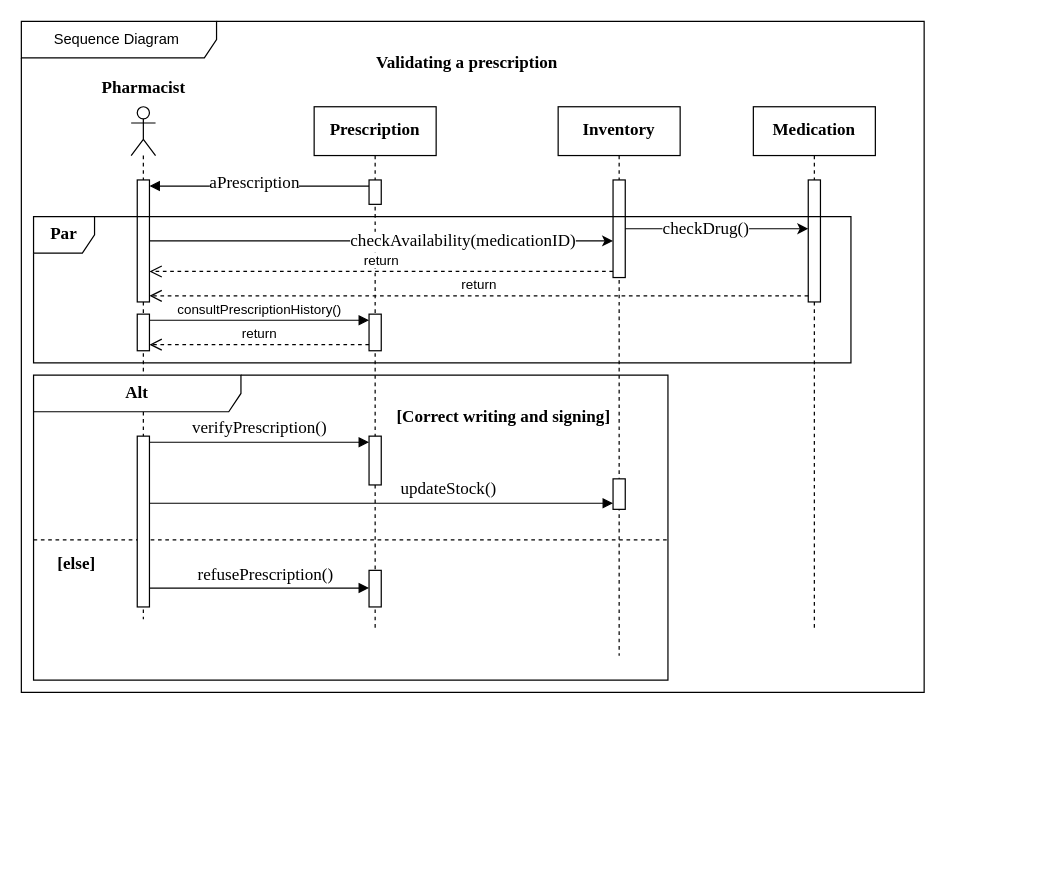
Before: Sequence  Diagram.drawio in FOMOKN/Software-Engineering, a draw.io diagram. Source tidied: cells renumbered, new cells numbered last; positions are measured from the earlier drawing's top-left corner, leaving out a move shared by most shapes. Both pictures are drawn from the tidied source at 122%, with x=0, y=0 at pixel (21, 21).
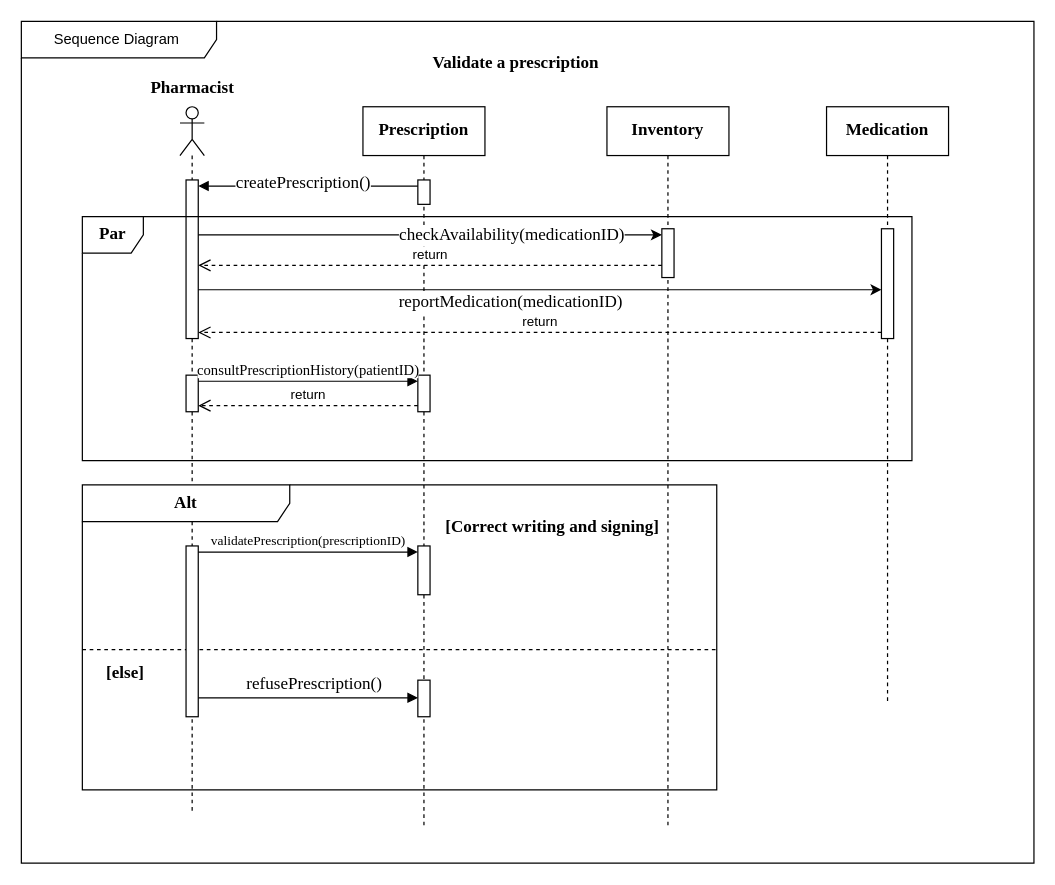
The same page after the edit.

The change refers to these unchanged cells:
```xml
<mxCell id="5" style="html=1;points=[[0,0,0,0,5],[0,1,0,0,-5],[1,0,0,0,5],[1,1,0,0,-5]];perimeter=orthogonalPerimeter;outlineConnect=0;targetShapes=umlLifeline;portConstraint=eastwest;newEdgeStyle={&quot;curved&quot;:0,&quot;rounded&quot;:0};" parent="4" vertex="1">
  <mxGeometry x="45" y="60" width="10" height="20" as="geometry" />
</mxCell>
<mxCell id="28" style="html=1;points=[[0,0,0,0,5],[0,1,0,0,-5],[1,0,0,0,5],[1,1,0,0,-5]];perimeter=orthogonalPerimeter;outlineConnect=0;targetShapes=umlLifeline;portConstraint=eastwest;newEdgeStyle={&quot;curved&quot;:0,&quot;rounded&quot;:0};" parent="26" vertex="1">
  <mxGeometry x="85" y="50" width="10" height="140" as="geometry" />
</mxCell>
<mxCell id="29" style="html=1;points=[[0,0,0,0,5],[0,1,0,0,-5],[1,0,0,0,5],[1,1,0,0,-5]];perimeter=orthogonalPerimeter;outlineConnect=0;targetShapes=umlLifeline;portConstraint=eastwest;newEdgeStyle={&quot;curved&quot;:0,&quot;rounded&quot;:0};" parent="26" vertex="1">
  <mxGeometry x="275" y="50" width="10" height="40" as="geometry" />
</mxCell>
```

What changed in the source:
```diff
@@
     <mxCell id="2" value="Sequence Diagram&amp;nbsp;" style="shape=umlFrame;whiteSpace=wrap;html=1;width=160;" parent="1" vertex="1">
-      <mxGeometry width="740" height="550" as="geometry" />
+      <mxGeometry width="830" height="690" as="geometry" />
     </mxCell>
-    <mxCell id="3" value="Validating a prescription" style="text;html=1;align=center;verticalAlign=middle;strokeColor=none;fillColor=none;fontFamily=Times New Roman;fontSize=14;fontStyle=1;" parent="2" vertex="1">
-      <mxGeometry x="280" y="20" width="170" height="30" as="geometry" />
+    <mxCell id="3" value="Validate a prescription" style="text;html=1;align=center;verticalAlign=middle;strokeColor=none;fillColor=none;fontFamily=Times New Roman;fontSize=14;fontStyle=1;" parent="1" vertex="1">
+      <mxGeometry x="325" y="20" width="160" height="30" as="geometry" />
     </mxCell>
-    <mxCell id="4" value="&lt;font style=&quot;font-size: 14px;&quot; face=&quot;Times New Roman&quot;&gt;&lt;b&gt;Prescription&lt;/b&gt;&lt;/font&gt;" style="shape=umlLifeline;perimeter=lifelinePerimeter;whiteSpace=wrap;html=1;newEdgeStyle={&quot;curved&quot;:0,&quot;rounded&quot;:0};align=center;" parent="2" vertex="1">
-      <mxGeometry x="240" y="70" width="100" height="430" as="geometry" />
+    <mxCell id="4" value="&lt;font style=&quot;font-size: 14px;&quot; face=&quot;Times New Roman&quot;&gt;&lt;b&gt;Prescription&lt;/b&gt;&lt;/font&gt;" style="shape=umlLifeline;perimeter=lifelinePerimeter;whiteSpace=wrap;html=1;newEdgeStyle={&quot;curved&quot;:0,&quot;rounded&quot;:0};align=center;" parent="1" vertex="1">
+      <mxGeometry x="280" y="70" width="100" height="590" as="geometry" />
     </mxCell>
@@
-    <mxCell id="6" style="html=1;points=[[0,0,0,0,5],[0,1,0,0,-5],[1,0,0,0,5],[1,1,0,0,-5]];perimeter=orthogonalPerimeter;outlineConnect=0;targetShapes=umlLifeline;portConstraint=eastwest;newEdgeStyle={&quot;curved&quot;:0,&quot;rounded&quot;:0};" parent="4" vertex="1">
-      <mxGeometry x="45" y="170" width="10" height="30" as="geometry" />
-    </mxCell>
-    <mxCell id="7" value="&lt;font size=&quot;1&quot; face=&quot;Times New Roman&quot;&gt;&lt;b style=&quot;font-size: 14px;&quot;&gt;Medication&lt;/b&gt;&lt;/font&gt;" style="shape=umlLifeline;perimeter=lifelinePerimeter;whiteSpace=wrap;html=1;newEdgeStyle={&quot;curved&quot;:0,&quot;rounded&quot;:0};" parent="2" vertex="1">
-      <mxGeometry x="600" y="70" width="100" height="430" as="geometry" />
+    <mxCell id="7" value="&lt;font size=&quot;1&quot; face=&quot;Times New Roman&quot;&gt;&lt;b style=&quot;font-size: 14px;&quot;&gt;Medication&lt;/b&gt;&lt;/font&gt;" style="shape=umlLifeline;perimeter=lifelinePerimeter;whiteSpace=wrap;html=1;newEdgeStyle={&quot;curved&quot;:0,&quot;rounded&quot;:0};" parent="1" vertex="1">
+      <mxGeometry x="660" y="70" width="100" height="490" as="geometry" />
     </mxCell>
-    <mxCell id="8" style="html=1;points=[[0,0,0,0,5],[0,1,0,0,-5],[1,0,0,0,5],[1,1,0,0,-5]];perimeter=orthogonalPerimeter;outlineConnect=0;targetShapes=umlLifeline;portConstraint=eastwest;newEdgeStyle={&quot;curved&quot;:0,&quot;rounded&quot;:0};" parent="7" vertex="1">
-      <mxGeometry x="45" y="60" width="10" height="100" as="geometry" />
-    </mxCell>
-    <mxCell id="9" value="&lt;b&gt;&lt;font style=&quot;font-size: 14px;&quot; face=&quot;Times New Roman&quot;&gt;Inventory&lt;/font&gt;&lt;/b&gt;" style="shape=umlLifeline;perimeter=lifelinePerimeter;whiteSpace=wrap;html=1;newEdgeStyle={&quot;curved&quot;:0,&quot;rounded&quot;:0};" parent="2" vertex="1">
-      <mxGeometry x="440" y="70" width="100" height="450" as="geometry" />
+    <mxCell id="9" value="&lt;b&gt;&lt;font style=&quot;font-size: 14px;&quot; face=&quot;Times New Roman&quot;&gt;Inventory&lt;/font&gt;&lt;/b&gt;" style="shape=umlLifeline;perimeter=lifelinePerimeter;whiteSpace=wrap;html=1;newEdgeStyle={&quot;curved&quot;:0,&quot;rounded&quot;:0};" parent="1" vertex="1">
+      <mxGeometry x="480" y="70" width="100" height="590" as="geometry" />
     </mxCell>
-    <mxCell id="10" style="html=1;points=[[0,0,0,0,5],[0,1,0,0,-5],[1,0,0,0,5],[1,1,0,0,-5]];perimeter=orthogonalPerimeter;outlineConnect=0;targetShapes=umlLifeline;portConstraint=eastwest;newEdgeStyle={&quot;curved&quot;:0,&quot;rounded&quot;:0};" parent="9" vertex="1">
-      <mxGeometry x="45" y="60" width="10" height="80" as="geometry" />
-    </mxCell>
-    <mxCell id="11" style="html=1;points=[[0,0,0,0,5],[0,1,0,0,-5],[1,0,0,0,5],[1,1,0,0,-5]];perimeter=orthogonalPerimeter;outlineConnect=0;targetShapes=umlLifeline;portConstraint=eastwest;newEdgeStyle={&quot;curved&quot;:0,&quot;rounded&quot;:0};" parent="9" vertex="1">
-      <mxGeometry x="45" y="305" width="10" height="25" as="geometry" />
-    </mxCell>
-    <mxCell id="12" style="shape=umlLifeline;perimeter=lifelinePerimeter;whiteSpace=wrap;html=1;newEdgeStyle={&quot;curved&quot;:0,&quot;rounded&quot;:0};participant=umlActor;" parent="2" vertex="1">
-      <mxGeometry x="90" y="70" width="20" height="420" as="geometry" />
+    <mxCell id="12" style="shape=umlLifeline;perimeter=lifelinePerimeter;whiteSpace=wrap;html=1;newEdgeStyle={&quot;curved&quot;:0,&quot;rounded&quot;:0};participant=umlActor;" parent="1" vertex="1">
+      <mxGeometry x="130" y="70" width="20" height="580" as="geometry" />
     </mxCell>
     <mxCell id="13" style="html=1;points=[[0,0,0,0,5],[0,1,0,0,-5],[1,0,0,0,5],[1,1,0,0,-5]];perimeter=orthogonalPerimeter;outlineConnect=0;targetShapes=umlLifeline;portConstraint=eastwest;newEdgeStyle={&quot;curved&quot;:0,&quot;rounded&quot;:0};" parent="12" vertex="1">
-      <mxGeometry x="5" y="60" width="10" height="100" as="geometry" />
+      <mxGeometry x="5" y="60" width="10" height="130" as="geometry" />
     </mxCell>
-    <mxCell id="14" style="html=1;points=[[0,0,0,0,5],[0,1,0,0,-5],[1,0,0,0,5],[1,1,0,0,-5]];perimeter=orthogonalPerimeter;outlineConnect=0;targetShapes=umlLifeline;portConstraint=eastwest;newEdgeStyle={&quot;curved&quot;:0,&quot;rounded&quot;:0};" parent="12" vertex="1">
-      <mxGeometry x="5" y="170" width="10" height="30" as="geometry" />
-    </mxCell>
-    <mxCell id="15" value="Pharmacist" style="text;html=1;align=center;verticalAlign=middle;strokeColor=none;fillColor=none;fontFamily=Times New Roman;fontStyle=1;fontSize=14;" parent="2" vertex="1">
-      <mxGeometry x="55" y="40" width="90" height="30" as="geometry" />
+    <mxCell id="15" value="Pharmacist" style="text;html=1;align=center;verticalAlign=middle;strokeColor=none;fillColor=none;fontFamily=Times New Roman;fontStyle=1;fontSize=14;" parent="1" vertex="1">
+      <mxGeometry x="95" y="40" width="90" height="30" as="geometry" />
     </mxCell>
-    <mxCell id="16" style="html=1;verticalAlign=bottom;labelBackgroundColor=none;endArrow=block;endFill=1;endSize=6;align=left;rounded=0;entryX=1;entryY=0;entryDx=0;entryDy=5;entryPerimeter=0;" parent="2" edge="1" source="5" target="13">
+    <mxCell id="16" style="html=1;verticalAlign=bottom;labelBackgroundColor=none;endArrow=block;endFill=1;endSize=6;align=left;rounded=0;entryX=1;entryY=0;entryDx=0;entryDy=5;entryPerimeter=0;" parent="1" edge="1" source="5" target="13">
       <mxGeometry x="-1" relative="1" as="geometry" />
     </mxCell>
-    <mxCell id="17" value="aPrescription" style="edgeLabel;html=1;align=center;verticalAlign=middle;fontFamily=Times New Roman;fontSize=14;" parent="16" vertex="1">
+    <mxCell id="17" value="createPrescription()" style="edgeLabel;html=1;align=center;verticalAlign=middle;fontFamily=Times New Roman;fontSize=14;" parent="16" vertex="1">
       <mxGeometry x="0.09" y="-3" relative="1" as="geometry">
         <mxPoint x="3" as="offset" />
       </mxGeometry>
     </mxCell>
-    <mxCell id="18" style="edgeStyle=none;jettySize=auto;html=1;rounded=0;" parent="2" edge="1" source="13" target="10">
+    <mxCell id="18" style="edgeStyle=none;jettySize=auto;html=1;rounded=0;entryX=0;entryY=0;entryDx=0;entryDy=5;entryPerimeter=0;" parent="1" edge="1" source="13" target="10">
       <mxGeometry relative="1" as="geometry" />
     </mxCell>
@@
-    <mxCell id="20" style="edgeStyle=none;jettySize=auto;html=1;rounded=0;" parent="2" edge="1" source="10" target="8">
-      <mxGeometry relative="1" as="geometry" />
-    </mxCell>
-    <mxCell id="21" value="checkDrug()" style="edgeLabel;html=1;align=center;verticalAlign=middle;fontSize=14;fontFamily=Times New Roman;" parent="20" vertex="1">
-      <mxGeometry x="-0.13" relative="1" as="geometry" />
-    </mxCell>
-    <mxCell id="22" value="return" style="html=1;verticalAlign=bottom;endArrow=open;dashed=1;endSize=8;curved=0;rounded=0;exitX=0;exitY=1;exitDx=0;exitDy=-5;exitPerimeter=0;" parent="2" edge="1" source="6" target="14">
-      <mxGeometry relative="1" as="geometry" />
-    </mxCell>
-    <mxCell id="23" value="return" style="html=1;verticalAlign=bottom;endArrow=open;dashed=1;endSize=8;curved=0;rounded=0;exitX=0;exitY=1;exitDx=0;exitDy=-5;exitPerimeter=0;" parent="2" edge="1" source="10" target="13">
-      <mxGeometry relative="1" as="geometry" />
-    </mxCell>
-    <mxCell id="24" value="return" style="html=1;verticalAlign=bottom;endArrow=open;dashed=1;endSize=8;curved=0;rounded=0;exitX=0;exitY=1;exitDx=0;exitDy=-5;exitPerimeter=0;entryX=1;entryY=1;entryDx=0;entryDy=-5;entryPerimeter=0;" parent="2" edge="1" source="8" target="13">
+    <mxCell id="24" value="return" style="html=1;verticalAlign=bottom;endArrow=open;dashed=1;endSize=8;curved=0;rounded=0;exitX=0;exitY=1;exitDx=0;exitDy=-5;exitPerimeter=0;entryX=1;entryY=1;entryDx=0;entryDy=-5;entryPerimeter=0;" parent="1" edge="1" source="8" target="13">
       <mxGeometry relative="1" as="geometry" />
     </mxCell>
-    <mxCell id="25" value="consultPrescriptionHistory()" style="html=1;verticalAlign=bottom;endArrow=block;curved=0;rounded=0;exitX=1;exitY=0;exitDx=0;exitDy=5;exitPerimeter=0;entryX=0;entryY=0;entryDx=0;entryDy=5;entryPerimeter=0;" parent="2" edge="1" source="14" target="6">
-      <mxGeometry relative="1" as="geometry" />
-    </mxCell>
-    <mxCell id="26" value="&lt;font size=&quot;1&quot; face=&quot;Times New Roman&quot;&gt;&lt;b style=&quot;font-size: 14px;&quot;&gt;Alt&lt;/b&gt;&lt;/font&gt;" style="shape=umlFrame;whiteSpace=wrap;html=1;width=170;" parent="2" vertex="1">
-      <mxGeometry x="10" y="290" width="520" height="250" as="geometry" />
+    <mxCell id="26" value="&lt;font size=&quot;1&quot; face=&quot;Times New Roman&quot;&gt;&lt;b style=&quot;font-size: 14px;&quot;&gt;Alt&lt;/b&gt;&lt;/font&gt;" style="shape=umlFrame;whiteSpace=wrap;html=1;width=170;" parent="1" vertex="1">
+      <mxGeometry x="50" y="380" width="520" height="250" as="geometry" />
     </mxCell>
@@
-    <mxCell id="30" value="&lt;font style=&quot;font-size: 14px;&quot;&gt;verifyPrescription()&lt;/font&gt;" style="html=1;verticalAlign=bottom;endArrow=block;curved=0;rounded=0;exitX=1;exitY=0;exitDx=0;exitDy=5;exitPerimeter=0;entryX=0;entryY=0;entryDx=0;entryDy=5;entryPerimeter=0;fontFamily=Times New Roman;" parent="26" edge="1" source="28" target="29">
+    <mxCell id="30" value="validatePrescription(prescriptionID)" style="html=1;verticalAlign=bottom;endArrow=block;curved=0;rounded=0;exitX=1;exitY=0;exitDx=0;exitDy=5;exitPerimeter=0;entryX=0;entryY=0;entryDx=0;entryDy=5;entryPerimeter=0;fontFamily=Times New Roman;" parent="26" edge="1" source="28" target="29">
       <mxGeometry relative="1" as="geometry" />
     </mxCell>
@@
-    <mxCell id="35" value="&lt;font style=&quot;font-size: 14px;&quot; face=&quot;Times New Roman&quot;&gt;updateStock()&lt;/font&gt;" style="html=1;verticalAlign=bottom;endArrow=block;curved=0;rounded=0;entryX=0;entryY=1;entryDx=0;entryDy=-5;entryPerimeter=0;" parent="2" edge="1" source="28" target="11">
-      <mxGeometry x="0.29" relative="1" as="geometry" />
-    </mxCell>
-    <mxCell id="36" value="&lt;p&gt;&lt;font style=&quot;font-size: 14px;&quot; face=&quot;Times New Roman&quot;&gt;&lt;b&gt;Par&lt;/b&gt;&lt;/font&gt;&lt;/p&gt;" style="shape=umlFrame;whiteSpace=wrap;html=1;width=50;" parent="2" vertex="1">
-      <mxGeometry x="10" y="160" width="670" height="120" as="geometry" />
+    <mxCell id="36" value="&lt;p&gt;&lt;font style=&quot;font-size: 14px;&quot; face=&quot;Times New Roman&quot;&gt;&lt;b&gt;Par&lt;/b&gt;&lt;/font&gt;&lt;/p&gt;" style="shape=umlFrame;whiteSpace=wrap;html=1;width=50;" parent="1" vertex="1">
+      <mxGeometry x="50" y="160" width="680" height="200" as="geometry" />
     </mxCell>
+    <mxCell id="14" style="html=1;points=[[0,0,0,0,5],[0,1,0,0,-5],[1,0,0,0,5],[1,1,0,0,-5]];perimeter=orthogonalPerimeter;outlineConnect=0;targetShapes=umlLifeline;portConstraint=eastwest;newEdgeStyle={&quot;curved&quot;:0,&quot;rounded&quot;:0};" parent="36" vertex="1">
+      <mxGeometry x="85" y="130" width="10" height="30" as="geometry" />
+    </mxCell>
+    <mxCell id="6" style="html=1;points=[[0,0,0,0,5],[0,1,0,0,-5],[1,0,0,0,5],[1,1,0,0,-5]];perimeter=orthogonalPerimeter;outlineConnect=0;targetShapes=umlLifeline;portConstraint=eastwest;newEdgeStyle={&quot;curved&quot;:0,&quot;rounded&quot;:0};" parent="36" vertex="1">
+      <mxGeometry x="275" y="130" width="10" height="30" as="geometry" />
+    </mxCell>
+    <mxCell id="22" value="return" style="html=1;verticalAlign=bottom;endArrow=open;dashed=1;endSize=8;curved=0;rounded=0;exitX=0;exitY=1;exitDx=0;exitDy=-5;exitPerimeter=0;" parent="36" edge="1" source="6" target="14">
+      <mxGeometry relative="1" as="geometry" />
+    </mxCell>
+    <mxCell id="25" value="consultPrescriptionHistory(patientID)" style="html=1;verticalAlign=bottom;endArrow=block;curved=0;rounded=0;exitX=1;exitY=0;exitDx=0;exitDy=5;exitPerimeter=0;entryX=0;entryY=0;entryDx=0;entryDy=5;entryPerimeter=0;fontFamily=Times New Roman;fontSize=12;" parent="36" edge="1" source="14" target="6">
+      <mxGeometry relative="1" as="geometry" />
+    </mxCell>
+    <mxCell id="10" style="html=1;points=[[0,0,0,0,5],[0,1,0,0,-5],[1,0,0,0,5],[1,1,0,0,-5]];perimeter=orthogonalPerimeter;outlineConnect=0;targetShapes=umlLifeline;portConstraint=eastwest;newEdgeStyle={&quot;curved&quot;:0,&quot;rounded&quot;:0};" parent="36" vertex="1">
+      <mxGeometry x="475" y="10" width="10" height="40" as="geometry" />
+    </mxCell>
+    <mxCell id="8" style="html=1;points=[[0,0,0,0,5],[0,1,0,0,-5],[1,0,0,0,5],[1,1,0,0,-5]];perimeter=orthogonalPerimeter;outlineConnect=0;targetShapes=umlLifeline;portConstraint=eastwest;newEdgeStyle={&quot;curved&quot;:0,&quot;rounded&quot;:0};" parent="36" vertex="1">
+      <mxGeometry x="655" y="10" width="10" height="90" as="geometry" />
+    </mxCell>
+    <mxCell id="20" style="edgeStyle=none;jettySize=auto;html=1;rounded=0;" parent="36" edge="1" source="13">
+      <mxGeometry relative="1" as="geometry">
+        <mxPoint x="655" y="60" as="targetPoint" />
+      </mxGeometry>
+    </mxCell>
+    <mxCell id="21" value="reportMedication(medicationID)" style="edgeLabel;html=1;align=center;verticalAlign=middle;fontSize=14;fontFamily=Times New Roman;" parent="20" vertex="1">
+      <mxGeometry x="-0.13" relative="1" as="geometry">
+        <mxPoint x="11" y="10" as="offset" />
+      </mxGeometry>
+    </mxCell>
+    <mxCell id="23" value="return" style="html=1;verticalAlign=bottom;endArrow=open;dashed=1;endSize=8;curved=0;rounded=0;exitX=0;exitY=1;exitDx=0;exitDy=-5;exitPerimeter=0;" parent="36" edge="1">
+      <mxGeometry relative="1" as="geometry">
+        <mxPoint x="475" y="40" as="sourcePoint" />
+        <mxPoint x="95" y="40" as="targetPoint" />
+      </mxGeometry>
+    </mxCell>
```
